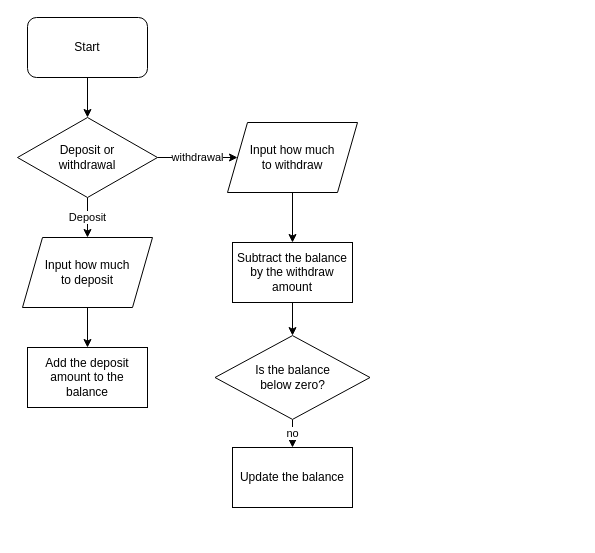
PPMAN123/ICS2D1 keeps this draw.io diagram as Lessons/Unit4/2.drawio. Above is the earlier version. Source tidied: cells renumbered, new cells numbered last; positions are measured from the earlier drawing's top-left corner, leaving out a move shared by most shapes. Both pictures are drawn from the tidied source at 100%, with x=0, y=0 at pixel (17, 17).
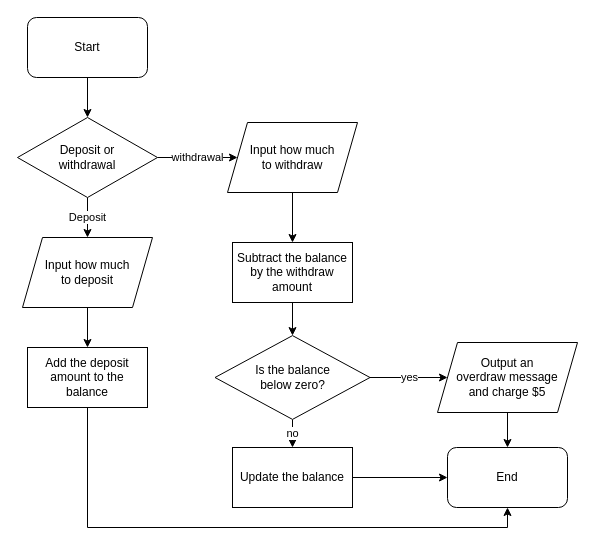
The same page after the edit.

Unchanged cells that the change refers to:
```xml
<mxCell id="11" value="Add the deposit amount to the balance" style="rounded=0;whiteSpace=wrap;html=1;" parent="1" vertex="1">
  <mxGeometry x="10" y="330" width="120" height="60" as="geometry" />
</mxCell>
<mxCell id="13" value="Is the balance &lt;br&gt;below zero?" style="rhombus;whiteSpace=wrap;html=1;" parent="1" vertex="1">
  <mxGeometry x="197.5" y="318.1" width="155" height="83.8" as="geometry" />
</mxCell>
<mxCell id="16" value="Update the balance" style="rounded=0;whiteSpace=wrap;html=1;" parent="1" vertex="1">
  <mxGeometry x="215" y="430" width="120" height="60" as="geometry" />
</mxCell>
```

The edit, as a diff of the source:
```diff
@@
+    <mxCell id="17" style="edgeStyle=orthogonalEdgeStyle;rounded=0;jettySize=auto;html=1;entryX=0.5;entryY=1;entryDx=0;entryDy=0;exitX=0.5;exitY=1;exitDx=0;exitDy=0;" parent="1" edge="1" source="11" target="22">
+      <mxGeometry relative="1" as="geometry" />
+    </mxCell>
@@
+    <mxCell id="18" value="yes" style="edgeStyle=orthogonalEdgeStyle;rounded=0;jettySize=auto;html=1;" parent="1" edge="1" source="13" target="21">
+      <mxGeometry relative="1" as="geometry" />
+    </mxCell>
@@
+    <mxCell id="19" style="edgeStyle=orthogonalEdgeStyle;rounded=0;jettySize=auto;html=1;" parent="1" edge="1" source="16" target="22">
+      <mxGeometry relative="1" as="geometry" />
+    </mxCell>
@@
+    <mxCell id="20" style="edgeStyle=orthogonalEdgeStyle;rounded=0;jettySize=auto;html=1;" parent="1" edge="1" source="21" target="22">
+      <mxGeometry relative="1" as="geometry" />
+    </mxCell>
+    <mxCell id="21" value="Output an &lt;br&gt;overdraw message&lt;br&gt;and charge $5" style="shape=parallelogram;perimeter=parallelogramPerimeter;whiteSpace=wrap;html=1;fixedSize=1;" parent="1" vertex="1">
+      <mxGeometry x="420" y="325" width="140" height="70" as="geometry" />
+    </mxCell>
+    <mxCell id="22" value="End" style="rounded=1;whiteSpace=wrap;html=1;" parent="1" vertex="1">
+      <mxGeometry x="430" y="430" width="120" height="60" as="geometry" />
+    </mxCell>
```
